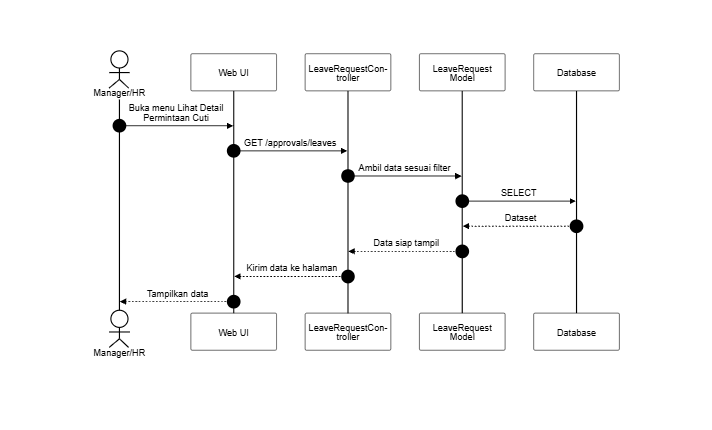
This is docs/SequenceDiagram/PNG_Transparent/PersetujuanCuti-LihatDetailPermintaan.png from SulaimanHafi23/SimpegRSHDI, a Mermaid export, as it was before one commit. Its source is kept beside it as docs/SequenceDiagram/PersetujuanCuti-LihatDetailPermintaan.mermaid.
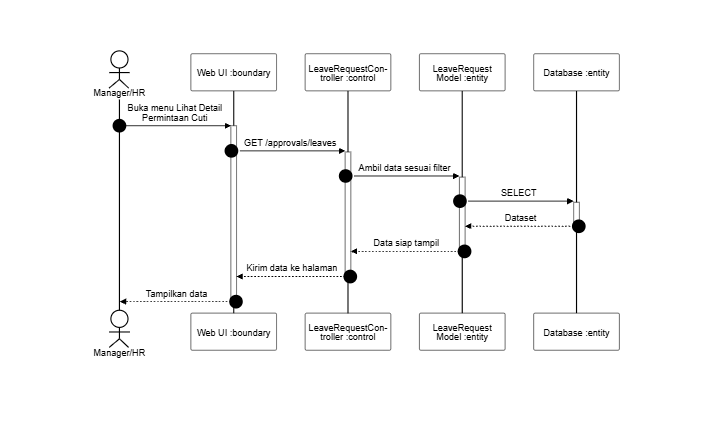
Above is the later version.

The edit, as a diff of the source:
```diff
@@ -2,16 +2,16 @@
 sequenceDiagram
     autonumber
     actor A as Manager/HR
-    participant UI as Web UI
-    participant C as LeaveRequestController
-    participant M as LeaveRequest Model
-    participant DB as Database
+    participant UI as Web UI :boundary
+    participant C as LeaveRequestController :control
+    participant M as LeaveRequest Model :entity
+    participant DB as Database :entity
 
-    A->>UI: Buka menu Lihat Detail Permintaan Cuti
-    UI->>C: GET /approvals/leaves
-    C->>M: Ambil data sesuai filter
-    M->>DB: SELECT
-    DB-->>M: Dataset
-    M-->>C: Data siap tampil
-    C-->>UI: Kirim data ke halaman
-    UI-->>A: Tampilkan data
+    A->>+UI: Buka menu Lihat Detail Permintaan Cuti
+    UI->>+C: GET /approvals/leaves
+    C->>+M: Ambil data sesuai filter
+    M->>+DB: SELECT
+    DB-->>-M: Dataset
+    M-->>-C: Data siap tampil
+    C-->>-UI: Kirim data ke halaman
+    UI-->>-A: Tampilkan data
```
